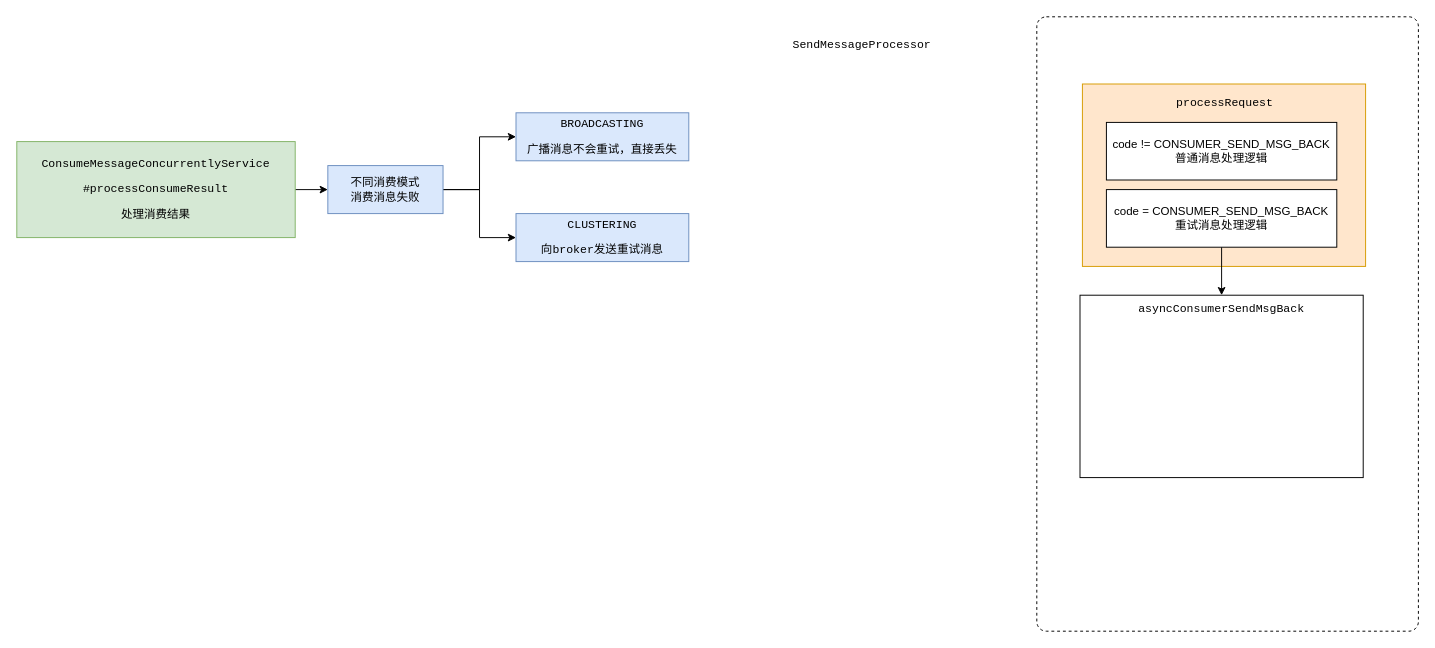
Earlier version of the draw.io diagram rocketmq/消息消费重试逻辑.drawio (erlieStar/diagrams). Source tidied: cells renumbered, new cells numbered last; positions are measured from the earlier drawing's top-left corner, leaving out a move shared by most shapes. Both pictures are drawn from the tidied source at 96%, with x=0, y=0 at pixel (16, 16).
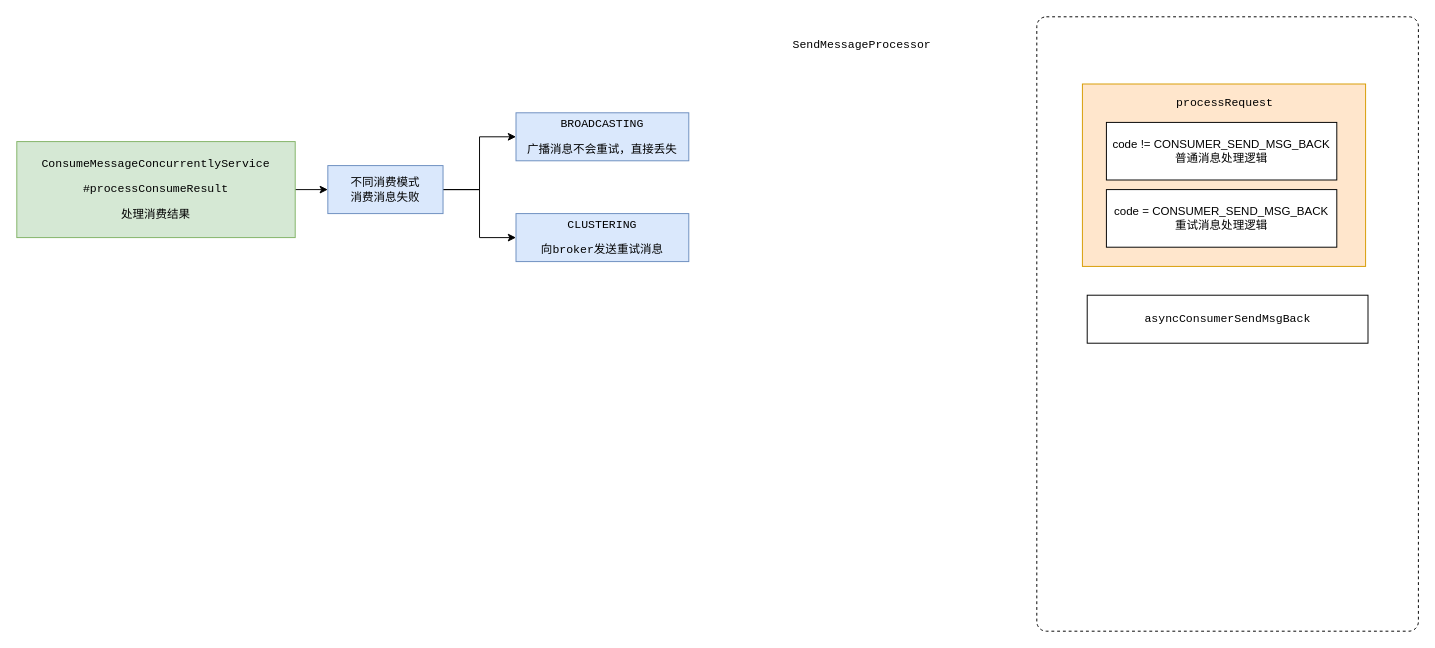
Above is the later version.

Commit message (it also covers changes not shown here):
Update 消息消费重试逻辑.drawio

Change to the diagram source:
```diff
@@
 <mxGraphModel>
   <root>
     <mxCell id="0" />
     <mxCell id="1" parent="0" />
     <mxCell id="2" style="html=1;align=center;verticalAlign=top;rounded=1;absoluteArcSize=1;arcSize=20;dashed=1;" parent="1" vertex="1">
       <mxGeometry x="1062.5" width="397.5" height="640" as="geometry" />
     </mxCell>
     <mxCell id="3" style="rounded=0;whiteSpace=wrap;html=1;fillColor=#ffe6cc;strokeColor=#d79b00;" parent="1" vertex="1">
       <mxGeometry x="1110" y="70" width="295" height="190" as="geometry" />
     </mxCell>
     <mxCell id="4" style="edgeStyle=orthogonalEdgeStyle;rounded=0;jettySize=auto;html=1;exitX=1;exitY=0.5;exitDx=0;exitDy=0;entryX=0;entryY=0.5;entryDx=0;entryDy=0;" parent="1" edge="1" source="5" target="8">
       <mxGeometry relative="1" as="geometry" />
     </mxCell>
     <mxCell id="5" value="&lt;pre&gt;ConsumeMessageConcurrentlyService&lt;/pre&gt;&lt;pre&gt;#processConsumeResult&lt;/pre&gt;&lt;pre&gt;处理消费结果&lt;/pre&gt;" style="rounded=0;whiteSpace=wrap;html=1;fillColor=#d5e8d4;strokeColor=#82b366;" parent="1" vertex="1">
       <mxGeometry y="130" width="290" height="100" as="geometry" />
     </mxCell>
     <mxCell id="6" style="edgeStyle=orthogonalEdgeStyle;rounded=0;jettySize=auto;html=1;exitX=1;exitY=0.5;exitDx=0;exitDy=0;entryX=0;entryY=0.5;entryDx=0;entryDy=0;" parent="1" edge="1" source="8" target="9">
       <mxGeometry relative="1" as="geometry" />
     </mxCell>
     <mxCell id="7" style="edgeStyle=orthogonalEdgeStyle;rounded=0;jettySize=auto;html=1;exitX=1;exitY=0.5;exitDx=0;exitDy=0;" parent="1" edge="1" source="8" target="10">
       <mxGeometry relative="1" as="geometry" />
     </mxCell>
     <mxCell id="8" value="不同消费模式&lt;br&gt;消费消息失败" style="rounded=0;whiteSpace=wrap;html=1;fillColor=#dae8fc;strokeColor=#6c8ebf;" parent="1" vertex="1">
       <mxGeometry x="324" y="155" width="120" height="50" as="geometry" />
     </mxCell>
     <mxCell id="9" value="&lt;pre&gt;BROADCASTING&lt;/pre&gt;&lt;pre&gt;广播消息不会重试，直接丢失&lt;/pre&gt;" style="rounded=0;whiteSpace=wrap;html=1;fillColor=#dae8fc;strokeColor=#6c8ebf;" parent="1" vertex="1">
       <mxGeometry x="520" y="100" width="180" height="50" as="geometry" />
     </mxCell>
     <mxCell id="10" value="&lt;pre&gt;CLUSTERING&lt;/pre&gt;&lt;pre&gt;向broker发送重试消息&lt;/pre&gt;" style="rounded=0;whiteSpace=wrap;html=1;fillColor=#dae8fc;strokeColor=#6c8ebf;" parent="1" vertex="1">
       <mxGeometry x="520" y="205" width="180" height="50" as="geometry" />
     </mxCell>
     <mxCell id="11" value="&lt;pre&gt;SendMessageProcessor&lt;/pre&gt;" style="text;html=1;align=center;verticalAlign=middle;strokeColor=none;fillColor=none;" parent="1" vertex="1">
       <mxGeometry x="800" y="10" width="160" height="40" as="geometry" />
     </mxCell>
     <mxCell id="12" value="code !=&amp;nbsp;CONSUMER_SEND_MSG_BACK&lt;br&gt;普通消息处理逻辑" style="rounded=0;whiteSpace=wrap;html=1;" parent="1" vertex="1">
       <mxGeometry x="1135" y="110" width="240" height="60" as="geometry" />
     </mxCell>
-    <mxCell id="13" style="edgeStyle=orthogonalEdgeStyle;rounded=0;jettySize=auto;html=1;exitX=0.5;exitY=1;exitDx=0;exitDy=0;entryX=0.5;entryY=0;entryDx=0;entryDy=0;" parent="1" edge="1" source="14" target="17">
-      <mxGeometry relative="1" as="geometry" />
-    </mxCell>
     <mxCell id="14" value="code =&amp;nbsp;CONSUMER_SEND_MSG_BACK&lt;br&gt;重试消息处理逻辑" style="rounded=0;whiteSpace=wrap;html=1;" parent="1" vertex="1">
       <mxGeometry x="1135" y="180" width="240" height="60" as="geometry" />
     </mxCell>
     <mxCell id="15" value="&lt;pre&gt;processRequest&lt;/pre&gt;" style="text;html=1;align=center;verticalAlign=middle;strokeColor=none;fillColor=none;" parent="1" vertex="1">
       <mxGeometry x="1197.5" y="70" width="120" height="40" as="geometry" />
     </mxCell>
-    <mxCell id="16" style="rounded=0;whiteSpace=wrap;html=1;" parent="1" vertex="1">
-      <mxGeometry x="1107.5" y="290" width="295" height="190" as="geometry" />
+    <mxCell id="16" value="&lt;pre&gt;asyncConsumerSendMsgBack&lt;/pre&gt;" style="rounded=0;whiteSpace=wrap;html=1;" parent="1" vertex="1">
+      <mxGeometry x="1115" y="290" width="292.5" height="50" as="geometry" />
     </mxCell>
-    <mxCell id="17" value="&lt;pre&gt;asyncConsumerSendMsgBack&lt;/pre&gt;" style="text;html=1;strokeColor=none;fillColor=none;align=center;verticalAlign=middle;whiteSpace=wrap;rounded=0;" parent="1" vertex="1">
-      <mxGeometry x="1225" y="290" width="60" height="30" as="geometry" />
-    </mxCell>
   </root>
 </mxGraphModel>
```
